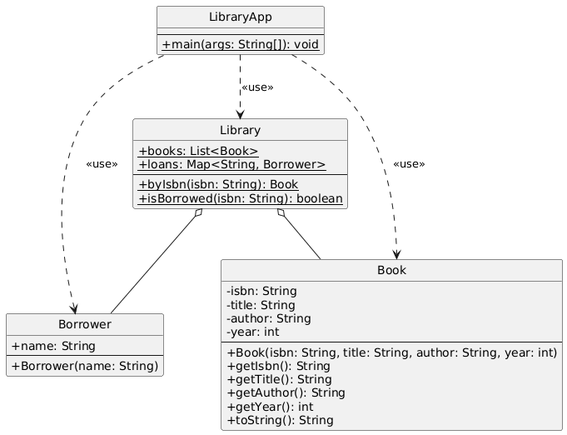
This is diagramme de classe.png from RolandRKT/maintenance_library, a PlantUML export, as it was before one commit.
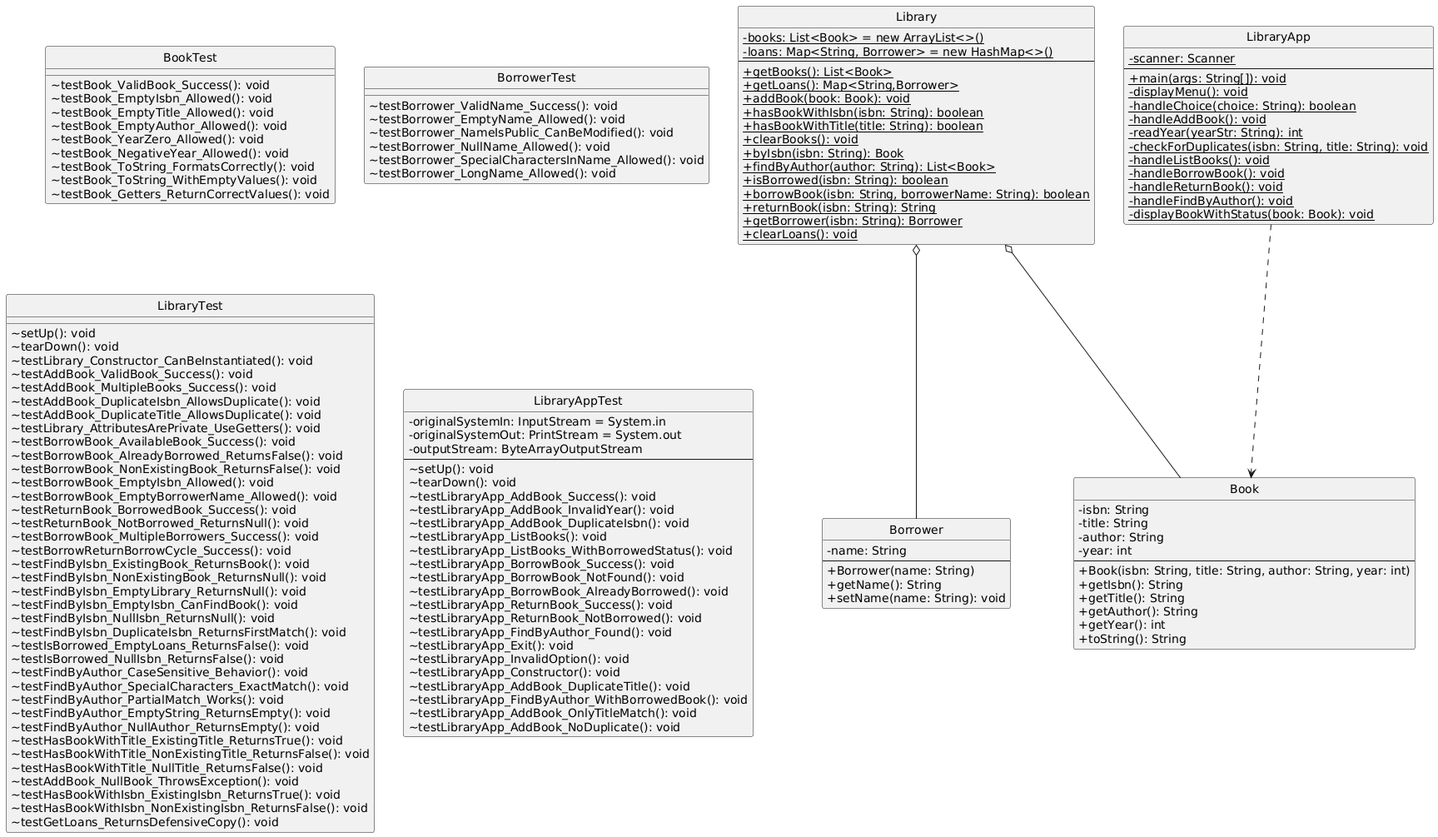
The same diagram one commit later.

Diff of the diagram source:
```diff
@@ -3,22 +3,46 @@
 hide circle
 
 class Library {
-  +{static} books: List<Book>
-  +{static} loans: Map<String, Borrower>
+  -{static} books: List<Book> = new ArrayList<>()
+  -{static} loans: Map<String, Borrower> = new HashMap<>()
   --
+  +{static} getBooks(): List<Book>
+  +{static} getLoans(): Map<String,Borrower>
+  +{static} addBook(book: Book): void
+  +{static} hasBookWithIsbn(isbn: String): boolean
+  +{static} hasBookWithTitle(title: String): boolean
+  +{static} clearBooks(): void
   +{static} byIsbn(isbn: String): Book
+  +{static} findByAuthor(author: String): List<Book>
   +{static} isBorrowed(isbn: String): boolean
+  +{static} borrowBook(isbn: String, borrowerName: String): boolean
+  +{static} returnBook(isbn: String): String
+  +{static} getBorrower(isbn: String): Borrower
+  +{static} clearLoans(): void
 }
 
 class Borrower {
-  +name: String
+  -name: String
   --
   +Borrower(name: String)
+  +getName(): String
+  +setName(name: String): void
 }
 
 class LibraryApp {
+  -{static} scanner: Scanner
   --
   +{static} main(args: String[]): void
+  -{static} displayMenu(): void
+  -{static} handleChoice(choice: String): boolean
+  -{static} handleAddBook(): void
+  -{static} readYear(yearStr: String): int
+  -{static} checkForDuplicates(isbn: String, title: String): void
+  -{static} handleListBooks(): void
+  -{static} handleBorrowBook(): void
+  -{static} handleReturnBook(): void
+  -{static} handleFindByAuthor(): void
+  -{static} displayBookWithStatus(book: Book): void
 }
 
 class Book {
@@ -35,10 +59,95 @@
   +toString(): String
 }
 
+class BookTest {
+  ~testBook_ValidBook_Success(): void
+  ~testBook_EmptyIsbn_Allowed(): void
+  ~testBook_EmptyTitle_Allowed(): void
+  ~testBook_EmptyAuthor_Allowed(): void
+  ~testBook_YearZero_Allowed(): void
+  ~testBook_NegativeYear_Allowed(): void
+  ~testBook_ToString_FormatsCorrectly(): void
+  ~testBook_ToString_WithEmptyValues(): void
+  ~testBook_Getters_ReturnCorrectValues(): void
+}
+
+class BorrowerTest {
+  ~testBorrower_ValidName_Success(): void
+  ~testBorrower_EmptyName_Allowed(): void
+  ~testBorrower_NameIsPublic_CanBeModified(): void
+  ~testBorrower_NullName_Allowed(): void
+  ~testBorrower_SpecialCharactersInName_Allowed(): void
+  ~testBorrower_LongName_Allowed(): void
+}
+
+class LibraryTest {
+  ~setUp(): void
+  ~tearDown(): void
+  ~testLibrary_Constructor_CanBeInstantiated(): void
+  ~testAddBook_ValidBook_Success(): void
+  ~testAddBook_MultipleBooks_Success(): void
+  ~testAddBook_DuplicateIsbn_AllowsDuplicate(): void
+  ~testAddBook_DuplicateTitle_AllowsDuplicate(): void
+  ~testLibrary_AttributesArePrivate_UseGetters(): void
+  ~testBorrowBook_AvailableBook_Success(): void
+  ~testBorrowBook_AlreadyBorrowed_ReturnsFalse(): void
+  ~testBorrowBook_NonExistingBook_ReturnsFalse(): void
+  ~testBorrowBook_EmptyIsbn_Allowed(): void
+  ~testBorrowBook_EmptyBorrowerName_Allowed(): void
+  ~testReturnBook_BorrowedBook_Success(): void
+  ~testReturnBook_NotBorrowed_ReturnsNull(): void
+  ~testBorrowBook_MultipleBorrowers_Success(): void
+  ~testBorrowReturnBorrowCycle_Success(): void
+  ~testFindByIsbn_ExistingBook_ReturnsBook(): void
+  ~testFindByIsbn_NonExistingBook_ReturnsNull(): void
+  ~testFindByIsbn_EmptyLibrary_ReturnsNull(): void
+  ~testFindByIsbn_EmptyIsbn_CanFindBook(): void
+  ~testFindByIsbn_NullIsbn_ReturnsNull(): void
+  ~testFindByIsbn_DuplicateIsbn_ReturnsFirstMatch(): void
+  ~testIsBorrowed_EmptyLoans_ReturnsFalse(): void
+  ~testIsBorrowed_NullIsbn_ReturnsFalse(): void
+  ~testFindByAuthor_CaseSensitive_Behavior(): void
+  ~testFindByAuthor_SpecialCharacters_ExactMatch(): void
+  ~testFindByAuthor_PartialMatch_Works(): void
+  ~testFindByAuthor_EmptyString_ReturnsEmpty(): void
+  ~testFindByAuthor_NullAuthor_ReturnsEmpty(): void
+  ~testHasBookWithTitle_ExistingTitle_ReturnsTrue(): void
+  ~testHasBookWithTitle_NonExistingTitle_ReturnsFalse(): void
+  ~testHasBookWithTitle_NullTitle_ReturnsFalse(): void
+  ~testAddBook_NullBook_ThrowsException(): void
+  ~testHasBookWithIsbn_ExistingIsbn_ReturnsTrue(): void
+  ~testHasBookWithIsbn_NonExistingIsbn_ReturnsFalse(): void
+  ~testGetLoans_ReturnsDefensiveCopy(): void
+}
+
+class LibraryAppTest {
+  -originalSystemIn: InputStream = System.in
+  -originalSystemOut: PrintStream = System.out
+  -outputStream: ByteArrayOutputStream
+  --
+  ~setUp(): void
+  ~tearDown(): void
+  ~testLibraryApp_AddBook_Success(): void
+  ~testLibraryApp_AddBook_InvalidYear(): void
+  ~testLibraryApp_AddBook_DuplicateIsbn(): void
+  ~testLibraryApp_ListBooks(): void
+  ~testLibraryApp_ListBooks_WithBorrowedStatus(): void
+  ~testLibraryApp_BorrowBook_Success(): void
+  ~testLibraryApp_BorrowBook_NotFound(): void
+  ~testLibraryApp_BorrowBook_AlreadyBorrowed(): void
+  ~testLibraryApp_ReturnBook_Success(): void
+  ~testLibraryApp_ReturnBook_NotBorrowed(): void
+  ~testLibraryApp_FindByAuthor_Found(): void
+  ~testLibraryApp_Exit(): void
+  ~testLibraryApp_InvalidOption(): void
+  ~testLibraryApp_Constructor(): void
+  ~testLibraryApp_AddBook_DuplicateTitle(): void
+  ~testLibraryApp_FindByAuthor_WithBorrowedBook(): void
+  ~testLibraryApp_AddBook_OnlyTitleMatch(): void
+  ~testLibraryApp_AddBook_NoDuplicate(): void
+}
+
 Library o-- Book
 Library o-- Borrower
-
-LibraryApp ..> Library : <<use>>
-LibraryApp ..> Book : <<use>>
-LibraryApp ..> Borrower : <<use>>
+LibraryApp ..> Book
 @enduml
```
